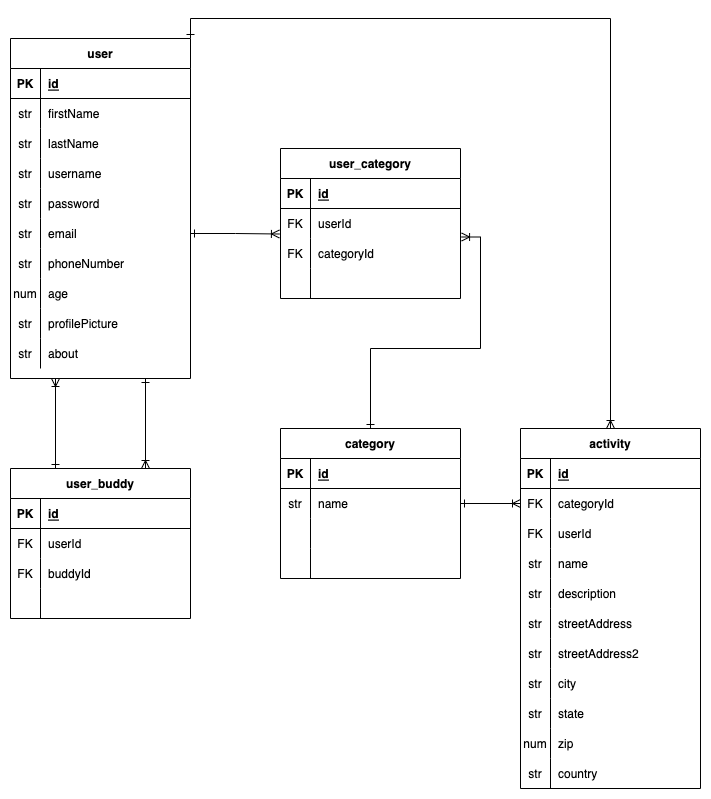
The draw.io diagram assets/buddy-up-ERD.drawio.png in shondriane/buddy-up-backend, before a commit. Source tidied: cells renumbered, new cells last; positions are measured from the earlier drawing's top-left corner, leaving out a move shared by most shapes.
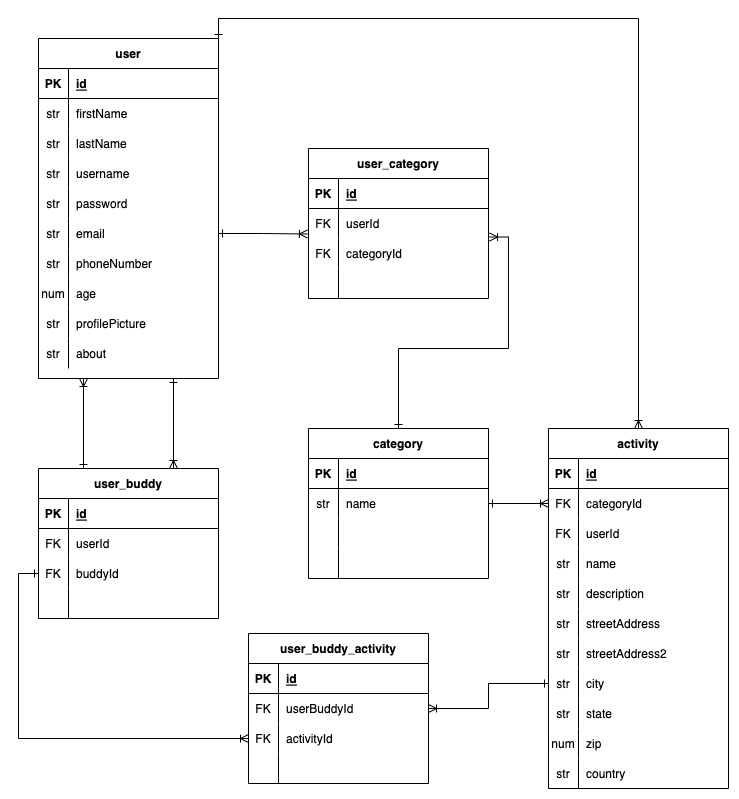
The same file after the commit.

Commit message:
Set up many to many relationships for user_category and user_buddy

What changed in the source:
```diff
@@ -332,5 +332,50 @@
     <mxCell id="111" style="edgeStyle=orthogonalEdgeStyle;rounded=0;jettySize=auto;html=1;exitX=1;exitY=0.5;exitDx=0;exitDy=0;entryX=-0.006;entryY=0.85;entryDx=0;entryDy=0;entryPerimeter=0;startArrow=ERone;startFill=0;endArrow=ERoneToMany;endFill=0;" parent="1" edge="1" source="20" target="88">
       <mxGeometry relative="1" as="geometry" />
     </mxCell>
+    <mxCell id="112" value="user_buddy_activity" style="shape=table;startSize=30;rowLines=0;fontStyle=1;align=center;" parent="1" vertex="1">
+      <mxGeometry x="210" y="595" width="180" height="150" as="geometry" />
+    </mxCell>
+    <mxCell id="113" style="shape=tableRow;horizontal=0;startSize=0;swimlaneHead=0;swimlaneBody=0;fillColor=none;top=0;left=0;right=0;bottom=1;" parent="112" vertex="1">
+      <mxGeometry y="30" width="180" height="30" as="geometry" />
+    </mxCell>
+    <mxCell id="114" value="PK" style="shape=partialRectangle;fillColor=none;top=0;left=0;bottom=0;right=0;fontStyle=1;overflow=hidden;" parent="113" vertex="1">
+      <mxGeometry width="30" height="30" as="geometry" />
+    </mxCell>
+    <mxCell id="115" value="id" style="shape=partialRectangle;fillColor=none;top=0;left=0;bottom=0;right=0;align=left;spacingLeft=6;fontStyle=5;overflow=hidden;" parent="113" vertex="1">
+      <mxGeometry x="30" width="150" height="30" as="geometry" />
+    </mxCell>
+    <mxCell id="116" style="shape=tableRow;horizontal=0;startSize=0;swimlaneHead=0;swimlaneBody=0;fillColor=none;points=[[0,0.5],[1,0.5]];portConstraint=eastwest;top=0;left=0;right=0;bottom=0;" parent="112" vertex="1">
+      <mxGeometry y="60" width="180" height="30" as="geometry" />
+    </mxCell>
+    <mxCell id="117" value="FK" style="shape=partialRectangle;fillColor=none;top=0;left=0;bottom=0;right=0;overflow=hidden;" parent="116" vertex="1">
+      <mxGeometry width="30" height="30" as="geometry" />
+    </mxCell>
+    <mxCell id="118" value="userBuddyId" style="shape=partialRectangle;fillColor=none;top=0;left=0;bottom=0;right=0;align=left;spacingLeft=6;overflow=hidden;" parent="116" vertex="1">
+      <mxGeometry x="30" width="150" height="30" as="geometry" />
+    </mxCell>
+    <mxCell id="119" style="shape=tableRow;horizontal=0;startSize=0;swimlaneHead=0;swimlaneBody=0;fillColor=none;points=[[0,0.5],[1,0.5]];portConstraint=eastwest;top=0;left=0;right=0;bottom=0;" parent="112" vertex="1">
+      <mxGeometry y="90" width="180" height="30" as="geometry" />
+    </mxCell>
+    <mxCell id="120" value="FK" style="shape=partialRectangle;fillColor=none;top=0;left=0;bottom=0;right=0;overflow=hidden;" parent="119" vertex="1">
+      <mxGeometry width="30" height="30" as="geometry" />
+    </mxCell>
+    <mxCell id="121" value="activityId" style="shape=partialRectangle;fillColor=none;top=0;left=0;bottom=0;right=0;align=left;spacingLeft=6;overflow=hidden;" parent="119" vertex="1">
+      <mxGeometry x="30" width="150" height="30" as="geometry" />
+    </mxCell>
+    <mxCell id="122" style="shape=tableRow;horizontal=0;startSize=0;swimlaneHead=0;swimlaneBody=0;fillColor=none;top=0;left=0;right=0;bottom=0;" parent="112" vertex="1">
+      <mxGeometry y="120" width="180" height="30" as="geometry" />
+    </mxCell>
+    <mxCell id="123" style="shape=partialRectangle;fillColor=none;top=0;left=0;bottom=0;right=0;overflow=hidden;" parent="122" vertex="1">
+      <mxGeometry width="30" height="30" as="geometry" />
+    </mxCell>
+    <mxCell id="124" style="shape=partialRectangle;fillColor=none;top=0;left=0;bottom=0;right=0;align=left;spacingLeft=6;overflow=hidden;" parent="122" vertex="1">
+      <mxGeometry x="30" width="150" height="30" as="geometry" />
+    </mxCell>
+    <mxCell id="125" style="edgeStyle=orthogonalEdgeStyle;rounded=0;jettySize=auto;html=1;exitX=0;exitY=0.5;exitDx=0;exitDy=0;entryX=0;entryY=0.5;entryDx=0;entryDy=0;startArrow=ERone;startFill=0;endArrow=ERoneToMany;endFill=0;" parent="1" edge="1" source="105" target="119">
+      <mxGeometry relative="1" as="geometry" />
+    </mxCell>
+    <mxCell id="126" style="edgeStyle=orthogonalEdgeStyle;rounded=0;jettySize=auto;html=1;exitX=0;exitY=0.5;exitDx=0;exitDy=0;entryX=1;entryY=0.5;entryDx=0;entryDy=0;startArrow=ERone;startFill=0;endArrow=ERoneToMany;endFill=0;" parent="1" edge="1" source="71" target="116">
+      <mxGeometry relative="1" as="geometry" />
+    </mxCell>
   </root>
 </mxGraphModel>
```
